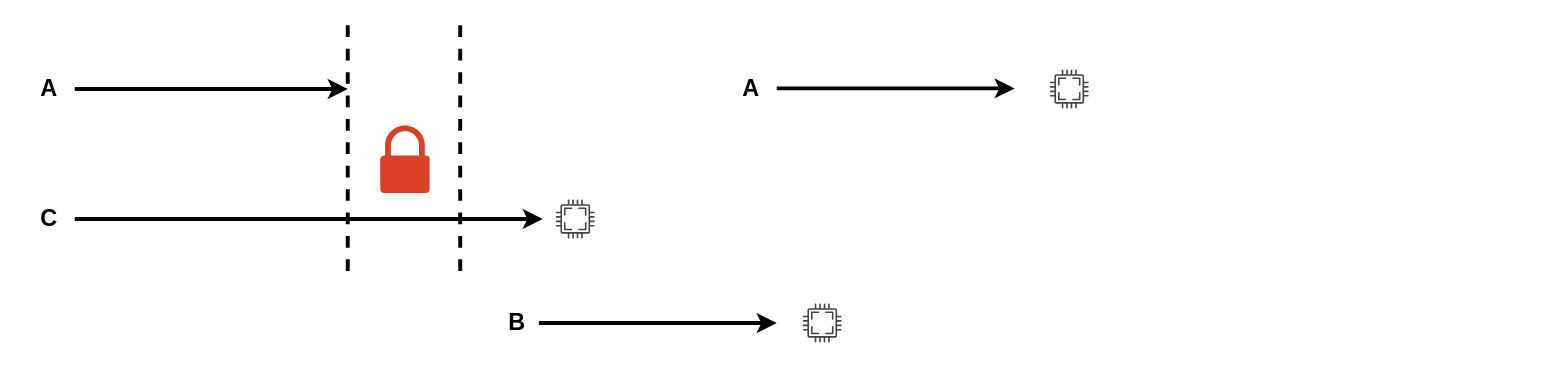
The draw.io diagram priority-scheduling.drawio in auula/draw.io, before the edit. Source tidied: cells renumbered, new cells numbered last; positions are measured from the earlier drawing's top-left corner, leaving out a move shared by most shapes. Both pictures are drawn from the tidied source at 130%, with x=0, y=0 at pixel (22, 23). Pictures stored in the file or linked from it are replaced by grey dashed boxes.
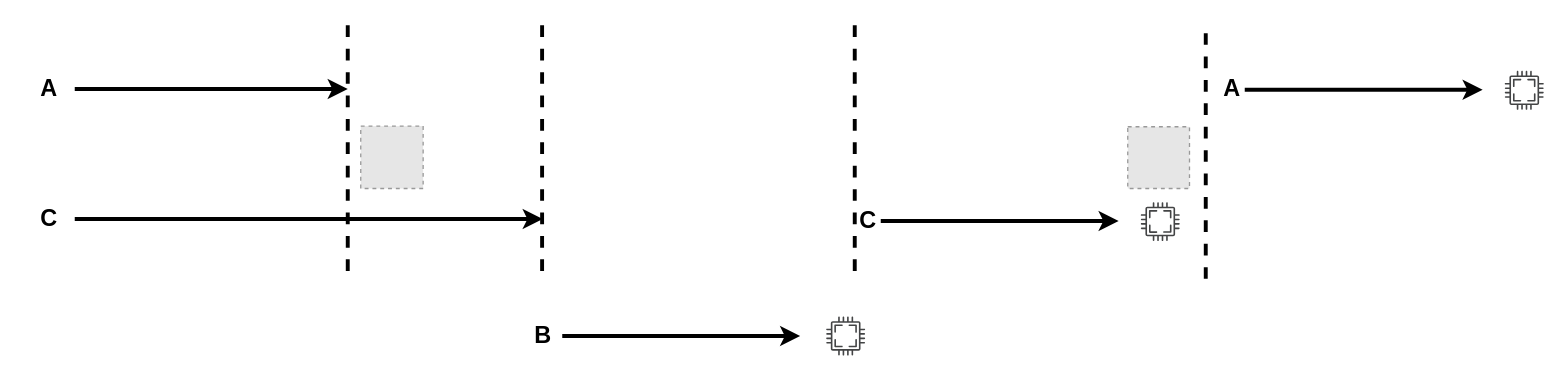
After the change.

What changed in the source:
```diff
@@
     <mxCell id="4" style="endArrow=classic;html=1;rounded=0;strokeWidth=3;" parent="1" edge="1">
       <mxGeometry relative="1" as="geometry">
-        <mxPoint x="397" y="230" as="sourcePoint" />
-        <mxPoint x="580" y="230" as="targetPoint" />
+        <mxPoint x="415" y="240" as="sourcePoint" />
+        <mxPoint x="598" y="240" as="targetPoint" />
       </mxGeometry>
     </mxCell>
@@
     <mxCell id="7" value="&lt;b&gt;B&lt;/b&gt;" style="text;html=1;align=center;verticalAlign=middle;strokeColor=none;fillColor=none;fontSize=18;" parent="1" vertex="1">
-      <mxGeometry x="360" y="210" width="40" height="40" as="geometry" />
+      <mxGeometry x="380" y="220" width="40" height="40" as="geometry" />
     </mxCell>
@@
-    <mxCell id="9" style="sketch=0;shadow=0;dashed=0;html=1;strokeColor=none;labelPosition=center;verticalLabelPosition=bottom;verticalAlign=top;align=center;shape=mxgraph.office.security.lock_protected;fillColor=#DA4026;fontSize=18;" parent="1" vertex="1">
-      <mxGeometry x="275" y="78" width="38" height="52" as="geometry" />
-    </mxCell>
     <mxCell id="10" style="endArrow=none;html=1;rounded=0;fontSize=18;strokeWidth=3;dashed=1;" parent="1" edge="1">
       <mxGeometry relative="1" as="geometry">
-        <mxPoint x="336.5" y="190" as="sourcePoint" />
-        <mxPoint x="336.5" as="targetPoint" />
+        <mxPoint x="910" y="196" as="sourcePoint" />
+        <mxPoint x="910" y="6" as="targetPoint" />
       </mxGeometry>
     </mxCell>
     <mxCell id="11" style="endArrow=classic;html=1;rounded=0;strokeWidth=3;" parent="1" edge="1">
       <mxGeometry relative="1" as="geometry">
-        <mxPoint x="580" y="49.5" as="sourcePoint" />
-        <mxPoint x="763" y="49.5" as="targetPoint" />
+        <mxPoint x="940" y="50.5" as="sourcePoint" />
+        <mxPoint x="1123" y="50.5" as="targetPoint" />
       </mxGeometry>
     </mxCell>
     <mxCell id="12" value="&lt;b style=&quot;font-size: 18px;&quot;&gt;A&lt;/b&gt;" style="text;html=1;align=center;verticalAlign=middle;strokeColor=none;fillColor=none;" parent="1" vertex="1">
-      <mxGeometry x="540" y="30" width="40" height="40" as="geometry" />
+      <mxGeometry x="910" y="30" width="40" height="40" as="geometry" />
     </mxCell>
-    <mxCell id="13" style="sketch=0;shadow=0;dashed=0;html=1;strokeColor=none;fillColor=#434445;labelPosition=center;verticalLabelPosition=bottom;verticalAlign=top;align=center;shape=mxgraph.vvd.cpu;fontSize=18;" parent="1" vertex="1">
-      <mxGeometry x="410" y="135" width="30" height="30" as="geometry" />
-    </mxCell>
     <mxCell id="14" style="sketch=0;shadow=0;dashed=0;html=1;strokeColor=none;fillColor=#434445;labelPosition=center;verticalLabelPosition=bottom;verticalAlign=top;align=center;shape=mxgraph.vvd.cpu;fontSize=18;" parent="1" vertex="1">
-      <mxGeometry x="600" y="215" width="30" height="30" as="geometry" />
+      <mxGeometry x="618" y="225" width="30" height="30" as="geometry" />
     </mxCell>
     <mxCell id="15" style="sketch=0;shadow=0;dashed=0;html=1;strokeColor=none;fillColor=#434445;labelPosition=center;verticalLabelPosition=bottom;verticalAlign=top;align=center;shape=mxgraph.vvd.cpu;fontSize=18;" parent="1" vertex="1">
-      <mxGeometry x="790" y="35" width="30" height="30" as="geometry" />
+      <mxGeometry x="1140" y="36" width="30" height="30" as="geometry" />
     </mxCell>
+    <mxCell id="16" value="&lt;span style=&quot;font-size: 18px;&quot;&gt;&lt;b&gt;C&lt;/b&gt;&lt;/span&gt;" style="text;html=1;align=center;verticalAlign=middle;strokeColor=none;fillColor=none;" parent="1" vertex="1">
+      <mxGeometry x="630" y="131" width="40" height="40" as="geometry" />
+    </mxCell>
+    <mxCell id="17" style="endArrow=classic;html=1;rounded=0;strokeWidth=3;" parent="1" edge="1">
+      <mxGeometry relative="1" as="geometry">
+        <mxPoint x="660" y="151.5" as="sourcePoint" />
+        <mxPoint x="843" y="151.5" as="targetPoint" />
+      </mxGeometry>
+    </mxCell>
+    <mxCell id="18" style="sketch=0;shadow=0;dashed=0;html=1;strokeColor=none;fillColor=#434445;labelPosition=center;verticalLabelPosition=bottom;verticalAlign=top;align=center;shape=mxgraph.vvd.cpu;fontSize=18;" parent="1" vertex="1">
+      <mxGeometry x="860" y="137" width="30" height="30" as="geometry" />
+    </mxCell>
+    <mxCell id="19" style="fillColor=#E6E6E6;strokeColor=#999999;dashed=1;html=1;verticalAlign=top;verticalLabelPosition=bottom;labelBackgroundColor=#ffffff;fontSize=18;" parent="1" vertex="1">
+      <mxGeometry x="850" y="79" width="47.5" height="47.5" as="geometry" />
+    </mxCell>
+    <mxCell id="20" style="endArrow=none;html=1;rounded=0;fontSize=18;strokeWidth=3;dashed=1;" parent="1" edge="1">
+      <mxGeometry relative="1" as="geometry">
+        <mxPoint x="399.5" y="190" as="sourcePoint" />
+        <mxPoint x="399.5" as="targetPoint" />
+      </mxGeometry>
+    </mxCell>
+    <mxCell id="21" style="endArrow=none;html=1;rounded=0;fontSize=18;strokeWidth=3;dashed=1;" parent="1" edge="1">
+      <mxGeometry relative="1" as="geometry">
+        <mxPoint x="640" y="190" as="sourcePoint" />
+        <mxPoint x="640" as="targetPoint" />
+      </mxGeometry>
+    </mxCell>
+    <mxCell id="22" style="fillColor=#E6E6E6;strokeColor=#999999;dashed=1;html=1;verticalAlign=top;verticalLabelPosition=bottom;labelBackgroundColor=#ffffff;fontSize=18;" parent="1" vertex="1">
+      <mxGeometry x="260" y="78.5" width="48" height="48" as="geometry" />
+    </mxCell>
```
